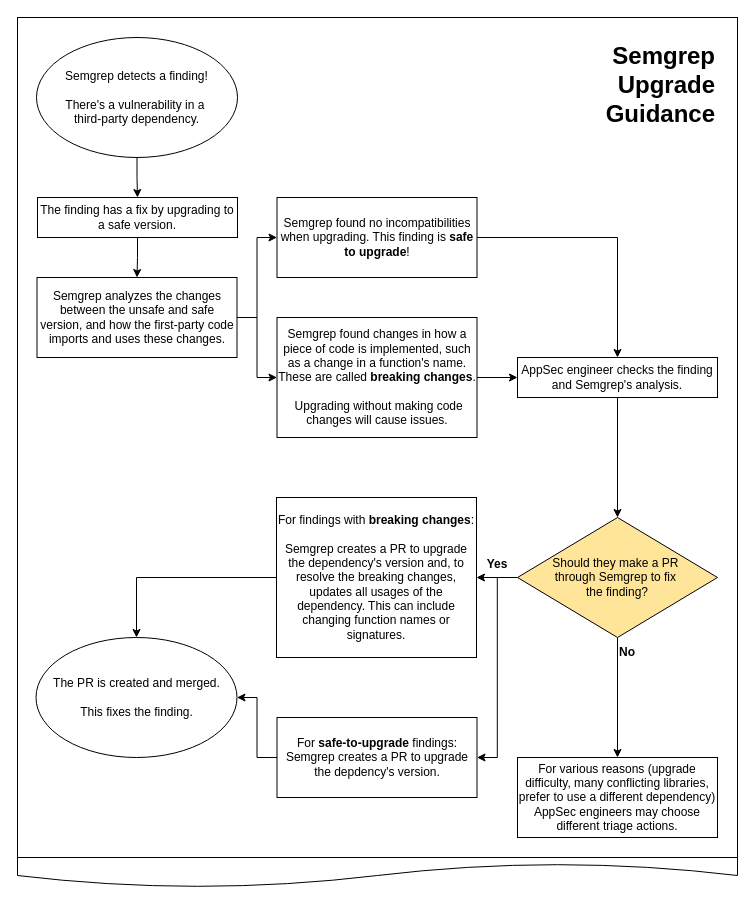
Above: upgrade-guidance.drawio in s-santillan/semgrep-docs-diagrams (draw.io), before the change. Source tidied: cells renumbered, new cells numbered last; positions are measured from the earlier drawing's top-left corner, leaving out a move shared by most shapes. Both pictures are drawn from the tidied source at 100%, with x=0, y=0 at pixel (17, 17).
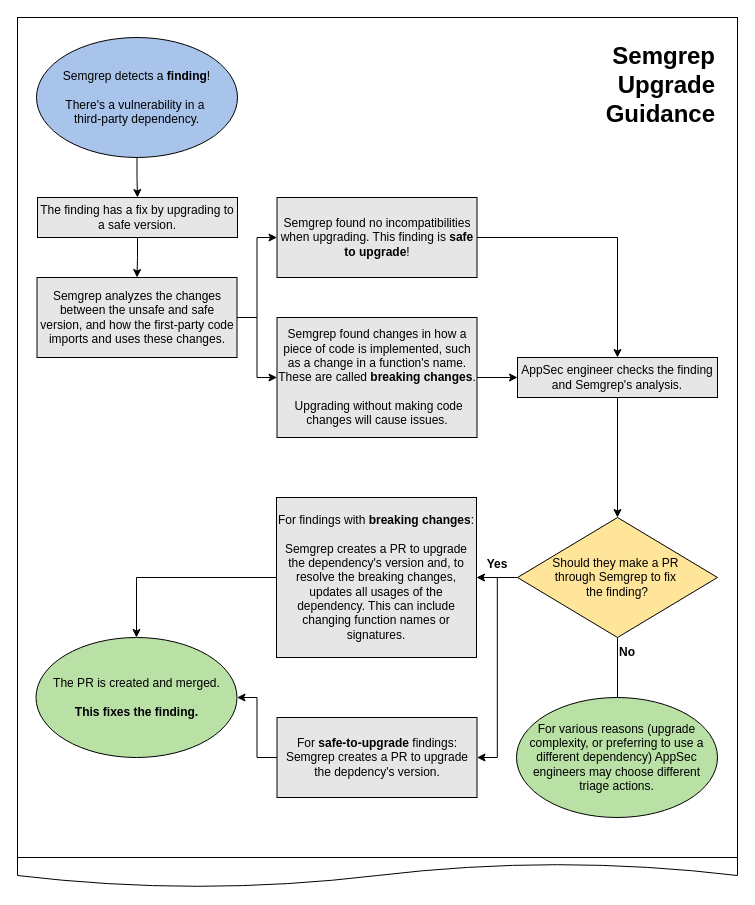
The same diagram, later.

Unchanged cells that the change refers to:
```xml
<mxCell id="24" value="Should they make a PR&amp;nbsp;&lt;div&gt;through Semgrep to fix&amp;nbsp;&lt;/div&gt;&lt;div&gt;the finding?&lt;/div&gt;" style="rhombus;whiteSpace=wrap;html=1;fillColor=light-dark(#FFE599,var(--ge-dark-color, #121212));" parent="1" vertex="1">
  <mxGeometry x="500" y="500" width="200" height="120" as="geometry" />
</mxCell>
```

Change to the diagram source:
```diff
@@
-    <mxCell id="5" value="Semgrep detects a finding!&lt;div&gt;&lt;span style=&quot;background-color: transparent; color: light-dark(rgb(0, 0, 0), rgb(255, 255, 255));&quot;&gt;&lt;br&gt;&lt;/span&gt;&lt;/div&gt;&lt;div&gt;&lt;span style=&quot;background-color: transparent; color: light-dark(rgb(0, 0, 0), rgb(255, 255, 255));&quot;&gt;There's a vulnerability in a&amp;nbsp;&lt;/span&gt;&lt;/div&gt;&lt;div&gt;&lt;span style=&quot;background-color: transparent; color: light-dark(rgb(0, 0, 0), rgb(255, 255, 255));&quot;&gt;third-party dependency.&lt;/span&gt;&lt;/div&gt;" style="ellipse;whiteSpace=wrap;html=1;" parent="1" vertex="1">
+    <mxCell id="5" value="Semgrep detects a &lt;b&gt;finding&lt;/b&gt;!&lt;div&gt;&lt;span style=&quot;background-color: transparent; color: light-dark(rgb(0, 0, 0), rgb(255, 255, 255));&quot;&gt;&lt;br&gt;&lt;/span&gt;&lt;/div&gt;&lt;div&gt;&lt;span style=&quot;background-color: transparent; color: light-dark(rgb(0, 0, 0), rgb(255, 255, 255));&quot;&gt;There's a vulnerability in a&amp;nbsp;&lt;/span&gt;&lt;/div&gt;&lt;div&gt;&lt;span style=&quot;background-color: transparent; color: light-dark(rgb(0, 0, 0), rgb(255, 255, 255));&quot;&gt;third-party dependency.&lt;/span&gt;&lt;/div&gt;" style="ellipse;whiteSpace=wrap;html=1;fillColor=light-dark(#A9C4EB,var(--ge-dark-color, #121212));" parent="1" vertex="1">
       <mxGeometry x="19" y="20" width="201" height="120" as="geometry" />
     </mxCell>
@@
-    <mxCell id="7" value="The finding has a fix by upgrading to a safe version." style="rounded=0;whiteSpace=wrap;html=1;" parent="1" vertex="1">
+    <mxCell id="7" value="The finding has a fix by upgrading to a safe version." style="rounded=0;whiteSpace=wrap;html=1;fillColor=light-dark(#E6E6E6,var(--ge-dark-color, #121212));" parent="1" vertex="1">
       <mxGeometry x="20" y="180" width="200" height="40" as="geometry" />
     </mxCell>
@@
-    <mxCell id="10" value="Semgrep analyzes the changes between the unsafe and safe version, and how the first-party code imports and uses these changes." style="rounded=0;whiteSpace=wrap;html=1;" parent="1" vertex="1">
+    <mxCell id="10" value="Semgrep analyzes the changes between the unsafe and safe version, and how the first-party code imports and uses these changes." style="rounded=0;whiteSpace=wrap;html=1;fillColor=light-dark(#E6E6E6,var(--ge-dark-color, #121212));" parent="1" vertex="1">
       <mxGeometry x="19.5" y="260" width="200" height="80" as="geometry" />
     </mxCell>
@@
-    <mxCell id="12" value="Semgrep found no incompatibilities when upgrading. This finding is &lt;b&gt;safe to upgrade&lt;/b&gt;!" style="rounded=0;whiteSpace=wrap;html=1;" parent="1" vertex="1">
+    <mxCell id="12" value="Semgrep found no incompatibilities when upgrading. This finding is &lt;b&gt;safe to upgrade&lt;/b&gt;!" style="rounded=0;whiteSpace=wrap;html=1;fillColor=light-dark(#E6E6E6,var(--ge-dark-color, #121212));" parent="1" vertex="1">
       <mxGeometry x="259.5" y="180" width="200" height="80" as="geometry" />
     </mxCell>
@@
-    <mxCell id="14" value="Semgrep found changes in how a piece of code is implemented, such as a change in a function's name. These are called &lt;b&gt;breaking changes&lt;/b&gt;.&lt;div&gt;&lt;br&gt;&lt;/div&gt;&lt;div&gt;&amp;nbsp;Upgrading without making code changes will cause issues.&lt;/div&gt;" style="rounded=0;whiteSpace=wrap;html=1;" parent="1" vertex="1">
+    <mxCell id="14" value="Semgrep found changes in how a piece of code is implemented, such as a change in a function's name. These are called &lt;b&gt;breaking changes&lt;/b&gt;.&lt;div&gt;&lt;br&gt;&lt;/div&gt;&lt;div&gt;&amp;nbsp;Upgrading without making code changes will cause issues.&lt;/div&gt;" style="rounded=0;whiteSpace=wrap;html=1;fillColor=light-dark(#E6E6E6,var(--ge-dark-color, #121212));" parent="1" vertex="1">
       <mxGeometry x="259.5" y="300" width="200" height="120" as="geometry" />
     </mxCell>
@@
-    <mxCell id="16" value="For&lt;b&gt; safe-to-upgrade &lt;/b&gt;findings:&lt;br&gt;Semgrep creates a PR to upgrade the depdency's version." style="rounded=0;whiteSpace=wrap;html=1;" parent="1" vertex="1">
+    <mxCell id="16" value="For&lt;b&gt; safe-to-upgrade &lt;/b&gt;findings:&lt;br&gt;Semgrep creates a PR to upgrade the depdency's version." style="rounded=0;whiteSpace=wrap;html=1;fillColor=light-dark(#E6E6E6,var(--ge-dark-color, #121212));" parent="1" vertex="1">
       <mxGeometry x="259.5" y="700" width="200" height="80" as="geometry" />
     </mxCell>
@@
-    <mxCell id="18" value="For findings with &lt;b&gt;breaking changes&lt;/b&gt;:&lt;br&gt;&lt;br&gt;Semgrep creates a PR to upgrade the dependency's version and, to resolve the breaking changes, updates all usages of the dependency. This can include changing function names or signatures." style="rounded=0;whiteSpace=wrap;html=1;" parent="1" vertex="1">
+    <mxCell id="18" value="For findings with &lt;b&gt;breaking changes&lt;/b&gt;:&lt;br&gt;&lt;br&gt;Semgrep creates a PR to upgrade the dependency's version and, to resolve the breaking changes, updates all usages of the dependency. This can include changing function names or signatures." style="rounded=0;whiteSpace=wrap;html=1;fillColor=light-dark(#E6E6E6,var(--ge-dark-color, #121212));" parent="1" vertex="1">
       <mxGeometry x="259" y="480" width="200" height="160" as="geometry" />
     </mxCell>
@@
-    <mxCell id="20" value="AppSec engineer checks the finding and Semgrep's analysis." style="rounded=0;whiteSpace=wrap;html=1;" parent="1" vertex="1">
+    <mxCell id="20" value="AppSec engineer checks the finding and Semgrep's analysis." style="rounded=0;whiteSpace=wrap;html=1;fillColor=light-dark(#E6E6E6,var(--ge-dark-color, #121212));" parent="1" vertex="1">
       <mxGeometry x="500" y="340" width="200" height="40" as="geometry" />
     </mxCell>
@@
-    <mxCell id="23" style="edgeStyle=orthogonalEdgeStyle;rounded=0;jettySize=auto;html=1;" parent="1" edge="1" source="24" target="25">
-      <mxGeometry relative="1" as="geometry" />
+    <mxCell id="23" style="edgeStyle=orthogonalEdgeStyle;rounded=0;jettySize=auto;html=1;" parent="1" edge="1" source="24">
+      <mxGeometry relative="1" as="geometry">
+        <mxPoint x="600" y="740" as="targetPoint" />
+      </mxGeometry>
     </mxCell>
@@
-    <mxCell id="25" value="For various reasons (upgrade difficulty, many conflicting libraries, prefer to use a different dependency) AppSec engineers may choose different triage actions." style="whiteSpace=wrap;html=1;" parent="1" vertex="1">
-      <mxGeometry x="500" y="740" width="200" height="80" as="geometry" />
-    </mxCell>
@@
-    <mxCell id="28" value="The PR is created and merged.&lt;br&gt;&lt;br&gt;This fixes the finding." style="ellipse;whiteSpace=wrap;html=1;" parent="1" vertex="1">
+    <mxCell id="28" value="The PR is created and merged.&lt;br&gt;&lt;br&gt;&lt;b&gt;This fixes the finding.&lt;/b&gt;" style="ellipse;whiteSpace=wrap;html=1;fillColor=light-dark(#B9E0A5,var(--ge-dark-color, #121212));" parent="1" vertex="1">
       <mxGeometry x="18.5" y="620" width="201" height="120" as="geometry" />
     </mxCell>
@@
+    <mxCell id="30" value="For various reasons (upgrade complexity, or preferring to use a different dependency) AppSec engineers may choose different triage actions." style="ellipse;whiteSpace=wrap;html=1;fillColor=light-dark(#B9E0A5,var(--ge-dark-color, #121212));" parent="1" vertex="1">
+      <mxGeometry x="499" y="680" width="201" height="120" as="geometry" />
+    </mxCell>
```
